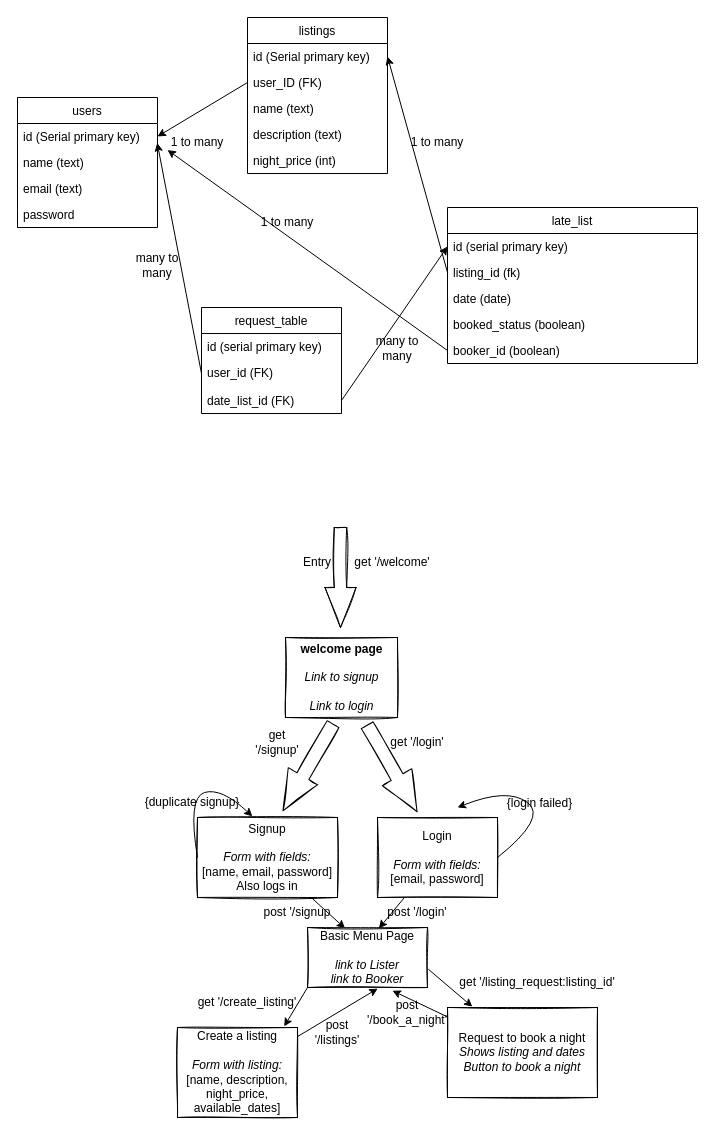
Before: Design.drawio in HOOLAHAN/arkle-bnb, a draw.io diagram. Source tidied: cells renumbered, new cells numbered last; positions are measured from the earlier drawing's top-left corner, leaving out a move shared by most shapes. Both pictures are drawn from the tidied source at 100%, with x=0, y=0 at pixel (17, 17).
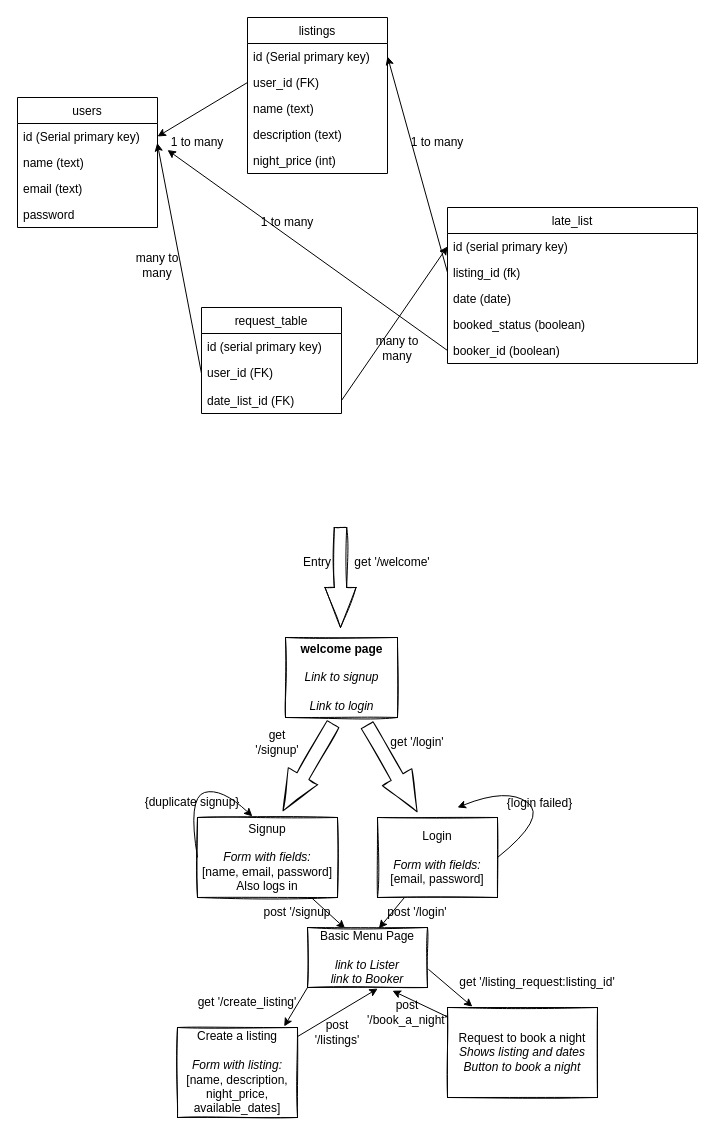
The same page after the edit.

Unchanged cells that the change refers to:
```xml
<mxCell id="7" value="listings" style="swimlane;fontStyle=0;horizontal=1;startSize=26;fillColor=none;" parent="1" vertex="1">
  <mxGeometry x="230" width="140" height="156" as="geometry" />
</mxCell>
```

What changed in the source:
```diff
@@
-    <mxCell id="9" value="user_ID (FK)" style="text;strokeColor=none;fillColor=none;align=left;verticalAlign=top;spacingLeft=4;spacingRight=4;overflow=hidden;points=[[0,0.5],[1,0.5]];portConstraint=eastwest;" parent="7" vertex="1">
+    <mxCell id="9" value="user_id (FK)" style="text;strokeColor=none;fillColor=none;align=left;verticalAlign=top;spacingLeft=4;spacingRight=4;overflow=hidden;points=[[0,0.5],[1,0.5]];portConstraint=eastwest;" parent="7" vertex="1">
       <mxGeometry y="52" width="140" height="26" as="geometry" />
     </mxCell>
```
